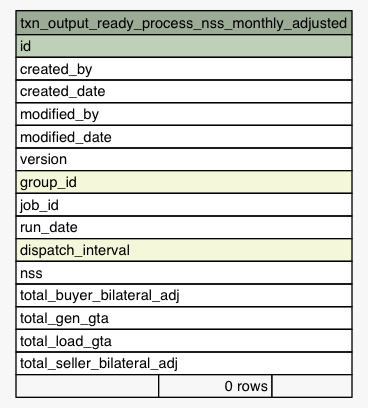
Earlier version of the Graphviz export Data/settlement/diagrams/summary/txn_output_ready_process_nss_monthly_adjusted.1degree.png (eyana-m/python-data-dictionary-writer). Its source is kept beside it as Data/settlement/diagrams/summary/txn_output_ready_process_nss_monthly_adjusted.1degree.dot. Its diagram source:
```dot
digraph "txn_output_ready_process_nss_monthly_adjusted" {
  graph [
    rankdir="RL"
    bgcolor="#f7f7f7"
    nodesep="0.18"
    ranksep="0.46"
    fontname="Helvetica"
    fontsize="11"
  ];
  node [
    fontname="Helvetica"
    fontsize="11"
    shape="plaintext"
  ];
  edge [
    arrowsize="0.8"
  ];
  "txn_output_ready_process_nss_monthly_adjusted" [
    label=<
    <TABLE BORDER="0" CELLBORDER="1" CELLSPACING="0" BGCOLOR="#ffffff">
      <TR><TD COLSPAN="3" BGCOLOR="#9bab96" ALIGN="CENTER">txn_output_ready_process_nss_monthly_adjusted</TD></TR>
      <TR><TD PORT="id" COLSPAN="3" BGCOLOR="#bed1b8" ALIGN="LEFT">id</TD></TR>
      <TR><TD PORT="created_by" COLSPAN="3" ALIGN="LEFT">created_by</TD></TR>
      <TR><TD PORT="created_date" COLSPAN="3" ALIGN="LEFT">created_date</TD></TR>
      <TR><TD PORT="modified_by" COLSPAN="3" ALIGN="LEFT">modified_by</TD></TR>
      <TR><TD PORT="modified_date" COLSPAN="3" ALIGN="LEFT">modified_date</TD></TR>
      <TR><TD PORT="version" COLSPAN="3" ALIGN="LEFT">version</TD></TR>
      <TR><TD PORT="group_id" COLSPAN="3" BGCOLOR="#f4f7da" ALIGN="LEFT">group_id</TD></TR>
      <TR><TD PORT="job_id" COLSPAN="3" ALIGN="LEFT">job_id</TD></TR>
      <TR><TD PORT="run_date" COLSPAN="3" ALIGN="LEFT">run_date</TD></TR>
      <TR><TD PORT="dispatch_interval" COLSPAN="3" BGCOLOR="#f4f7da" ALIGN="LEFT">dispatch_interval</TD></TR>
      <TR><TD PORT="nss" COLSPAN="3" ALIGN="LEFT">nss</TD></TR>
      <TR><TD PORT="total_buyer_bilateral_adj" COLSPAN="3" ALIGN="LEFT">total_buyer_bilateral_adj</TD></TR>
      <TR><TD PORT="total_gen_gta" COLSPAN="3" ALIGN="LEFT">total_gen_gta</TD></TR>
      <TR><TD PORT="total_load_gta" COLSPAN="3" ALIGN="LEFT">total_load_gta</TD></TR>
      <TR><TD PORT="total_seller_bilateral_adj" COLSPAN="3" ALIGN="LEFT">total_seller_bilateral_adj</TD></TR>
      <TR><TD ALIGN="LEFT" BGCOLOR="#f7f7f7">  </TD><TD ALIGN="RIGHT" BGCOLOR="#f7f7f7">0 rows</TD><TD ALIGN="RIGHT" BGCOLOR="#f7f7f7">  </TD></TR>
    </TABLE>>
    URL="tables/txn_output_ready_process_nss_monthly_adjusted.html"
    tooltip="txn_output_ready_process_nss_monthly_adjusted"
  ];
}
```
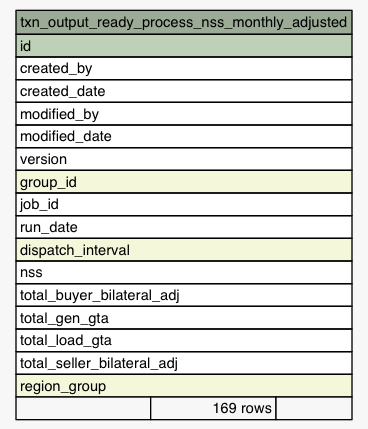
After the change.

Change to the diagram source:
```diff
@@ -34,7 +34,8 @@
       <TR><TD PORT="total_gen_gta" COLSPAN="3" ALIGN="LEFT">total_gen_gta</TD></TR>
       <TR><TD PORT="total_load_gta" COLSPAN="3" ALIGN="LEFT">total_load_gta</TD></TR>
       <TR><TD PORT="total_seller_bilateral_adj" COLSPAN="3" ALIGN="LEFT">total_seller_bilateral_adj</TD></TR>
-      <TR><TD ALIGN="LEFT" BGCOLOR="#f7f7f7">  </TD><TD ALIGN="RIGHT" BGCOLOR="#f7f7f7">0 rows</TD><TD ALIGN="RIGHT" BGCOLOR="#f7f7f7">  </TD></TR>
+      <TR><TD PORT="region_group" COLSPAN="3" BGCOLOR="#f4f7da" ALIGN="LEFT">region_group</TD></TR>
+      <TR><TD ALIGN="LEFT" BGCOLOR="#f7f7f7">  </TD><TD ALIGN="RIGHT" BGCOLOR="#f7f7f7">169 rows</TD><TD ALIGN="RIGHT" BGCOLOR="#f7f7f7">  </TD></TR>
     </TABLE>>
     URL="tables/txn_output_ready_process_nss_monthly_adjusted.html"
     tooltip="txn_output_ready_process_nss_monthly_adjusted"
```
